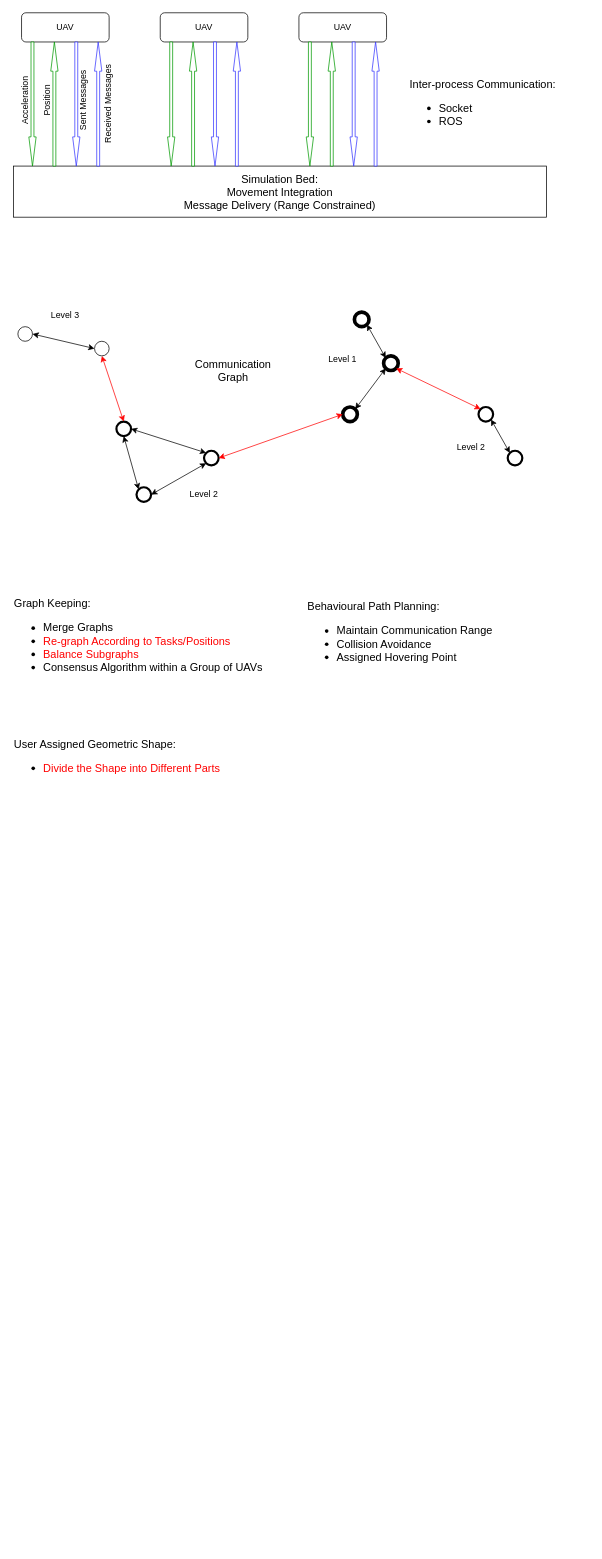
NGC0001/AutoSwarm keeps this draw.io diagram as InitialDesign.drawio. Above is the earlier version. Source tidied: cells renumbered, new cells numbered last; positions are measured from the earlier drawing's top-left corner, leaving out a move shared by most shapes. Both pictures are drawn from the tidied source at 73%, with x=0, y=0 at pixel (-1, 12).
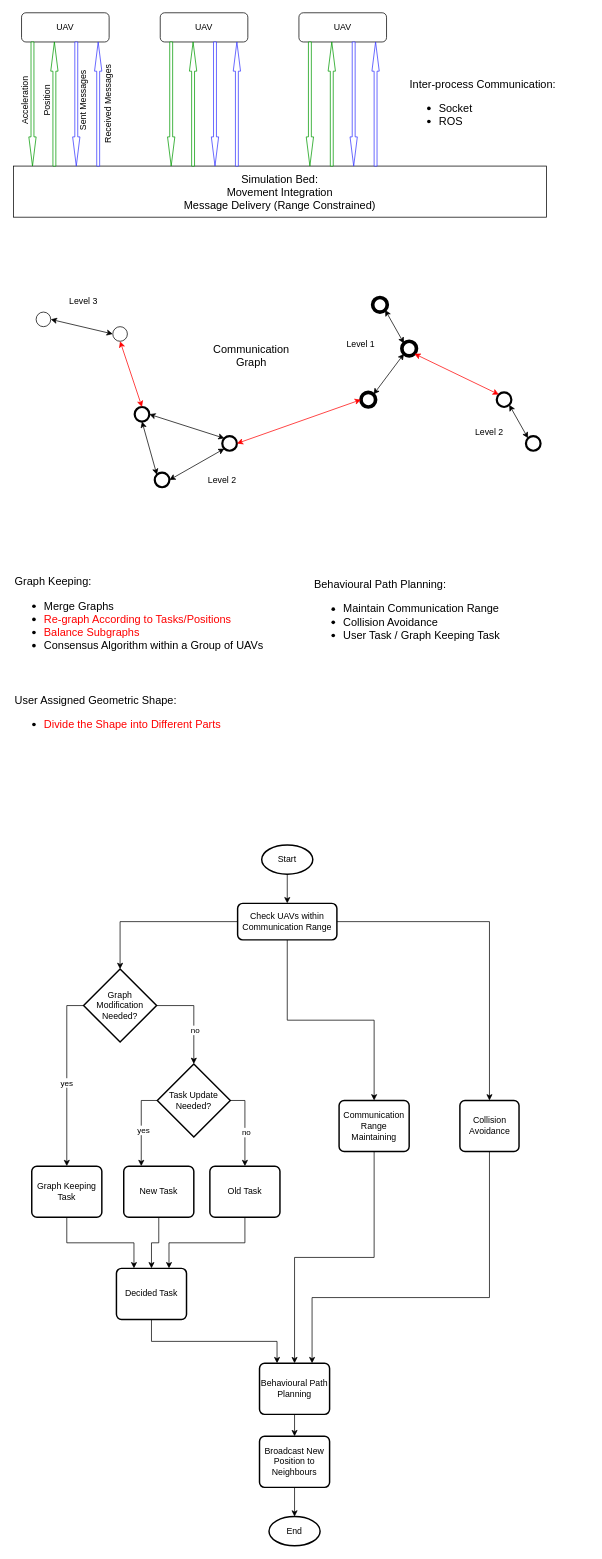
The same diagram, later.

Commit message (it also covers changes not shown here):
update todo and diagram

Change to the diagram source:
```diff
@@
     <mxCell id="23" style="ellipse;whiteSpace=wrap;html=1;strokeWidth=5;" parent="1" vertex="1">
-      <mxGeometry x="486" y="410" width="20" height="20" as="geometry" />
+      <mxGeometry x="511" y="390" width="20" height="20" as="geometry" />
     </mxCell>
     <mxCell id="24" style="ellipse;whiteSpace=wrap;html=1;strokeWidth=3;" parent="1" vertex="1">
-      <mxGeometry x="280" y="600" width="20" height="20" as="geometry" />
+      <mxGeometry x="305" y="580" width="20" height="20" as="geometry" />
     </mxCell>
     <mxCell id="25" style="ellipse;whiteSpace=wrap;html=1;strokeWidth=3;" parent="1" vertex="1">
-      <mxGeometry x="187.5" y="650" width="20" height="20" as="geometry" />
+      <mxGeometry x="212.5" y="630" width="20" height="20" as="geometry" />
     </mxCell>
     <mxCell id="26" style="ellipse;whiteSpace=wrap;html=1;strokeWidth=5;" parent="1" vertex="1">
-      <mxGeometry x="526" y="470" width="20" height="20" as="geometry" />
+      <mxGeometry x="551" y="450" width="20" height="20" as="geometry" />
     </mxCell>
     <mxCell id="27" style="ellipse;whiteSpace=wrap;html=1;strokeWidth=5;" parent="1" vertex="1">
-      <mxGeometry x="470" y="540" width="20" height="20" as="geometry" />
+      <mxGeometry x="495" y="520" width="20" height="20" as="geometry" />
     </mxCell>
     <mxCell id="28" style="ellipse;whiteSpace=wrap;html=1;strokeWidth=3;" parent="1" vertex="1">
-      <mxGeometry x="656" y="540" width="20" height="20" as="geometry" />
+      <mxGeometry x="681" y="520" width="20" height="20" as="geometry" />
     </mxCell>
     <mxCell id="29" style="ellipse;whiteSpace=wrap;html=1;strokeWidth=3;" parent="1" vertex="1">
-      <mxGeometry x="696" y="600" width="20" height="20" as="geometry" />
+      <mxGeometry x="721" y="580" width="20" height="20" as="geometry" />
     </mxCell>
     <mxCell id="30" style="ellipse;whiteSpace=wrap;html=1;" parent="1" vertex="1">
-      <mxGeometry x="25" y="430" width="20" height="20" as="geometry" />
+      <mxGeometry x="50" y="410" width="20" height="20" as="geometry" />
     </mxCell>
     <mxCell id="31" style="ellipse;whiteSpace=wrap;html=1;strokeWidth=3;" parent="1" vertex="1">
-      <mxGeometry x="160" y="560" width="20" height="20" as="geometry" />
+      <mxGeometry x="185" y="540" width="20" height="20" as="geometry" />
     </mxCell>
@@
     <mxCell id="35" style="ellipse;whiteSpace=wrap;html=1;" parent="1" vertex="1">
-      <mxGeometry x="130" y="450" width="20" height="20" as="geometry" />
+      <mxGeometry x="155" y="430" width="20" height="20" as="geometry" />
     </mxCell>
@@
     <mxCell id="43" value="Level 1" style="text;html=1;align=center;verticalAlign=middle;whiteSpace=wrap;rounded=0;" parent="1" vertex="1">
-      <mxGeometry x="440" y="460" width="60" height="30" as="geometry" />
+      <mxGeometry x="465" y="440" width="60" height="30" as="geometry" />
     </mxCell>
     <mxCell id="44" value="Level 2" style="text;html=1;align=center;verticalAlign=middle;whiteSpace=wrap;rounded=0;" parent="1" vertex="1">
-      <mxGeometry x="250" y="645" width="60" height="30" as="geometry" />
+      <mxGeometry x="275" y="625" width="60" height="30" as="geometry" />
     </mxCell>
     <mxCell id="45" value="Level 2" style="text;html=1;align=center;verticalAlign=middle;whiteSpace=wrap;rounded=0;" parent="1" vertex="1">
-      <mxGeometry x="616" y="580" width="60" height="30" as="geometry" />
+      <mxGeometry x="641" y="560" width="60" height="30" as="geometry" />
     </mxCell>
     <mxCell id="46" value="Level 3" style="text;html=1;align=center;verticalAlign=middle;whiteSpace=wrap;rounded=0;" parent="1" vertex="1">
-      <mxGeometry x="60" y="400" width="60" height="30" as="geometry" />
+      <mxGeometry x="85" y="380" width="60" height="30" as="geometry" />
     </mxCell>
     <mxCell id="47" value="Graph Keeping:&lt;div style=&quot;font-size: 15px;&quot;&gt;&lt;ul style=&quot;font-size: 15px;&quot;&gt;&lt;li style=&quot;font-size: 15px;&quot;&gt;Merge Graphs&lt;/li&gt;&lt;li style=&quot;font-size: 15px;&quot;&gt;&lt;font color=&quot;#ff0000&quot;&gt;Re-graph According to Tasks/Positions&lt;/font&gt;&lt;/li&gt;&lt;li style=&quot;font-size: 15px;&quot;&gt;&lt;font color=&quot;#ff0000&quot;&gt;Balance Subgraphs&lt;/font&gt;&lt;/li&gt;&lt;li style=&quot;font-size: 15px;&quot;&gt;Consensus Algorithm within a Group of UAVs&lt;br&gt;&lt;/li&gt;&lt;/ul&gt;&lt;/div&gt;" style="text;html=1;align=left;verticalAlign=middle;whiteSpace=wrap;rounded=0;fontSize=15;" parent="1" vertex="1">
-      <mxGeometry x="18" y="800" width="352" height="120" as="geometry" />
+      <mxGeometry x="19" y="770" width="352" height="120" as="geometry" />
     </mxCell>
-    <mxCell id="48" value="Behavioural Path Planning:&lt;div style=&quot;font-size: 15px;&quot;&gt;&lt;ul style=&quot;font-size: 15px;&quot;&gt;&lt;li style=&quot;font-size: 15px;&quot;&gt;Maintain Communication Range&lt;/li&gt;&lt;li style=&quot;font-size: 15px;&quot;&gt;Collision Avoidance&lt;br&gt;&lt;/li&gt;&lt;li style=&quot;font-size: 15px;&quot;&gt;Assigned Hovering Point&lt;/li&gt;&lt;/ul&gt;&lt;/div&gt;" style="text;html=1;align=left;verticalAlign=middle;whiteSpace=wrap;rounded=0;fontSize=15;" parent="1" vertex="1">
-      <mxGeometry x="420" y="800" width="379" height="110" as="geometry" />
+    <mxCell id="48" value="Behavioural Path Planning:&lt;div style=&quot;font-size: 15px;&quot;&gt;&lt;ul style=&quot;font-size: 15px;&quot;&gt;&lt;li style=&quot;font-size: 15px;&quot;&gt;Maintain Communication Range&lt;/li&gt;&lt;li style=&quot;font-size: 15px;&quot;&gt;Collision Avoidance&lt;br&gt;&lt;/li&gt;&lt;li style=&quot;font-size: 15px;&quot;&gt;User Task / Graph Keeping Task&lt;/li&gt;&lt;/ul&gt;&lt;/div&gt;" style="text;html=1;align=left;verticalAlign=middle;whiteSpace=wrap;rounded=0;fontSize=15;" parent="1" vertex="1">
+      <mxGeometry x="429" y="770" width="379" height="110" as="geometry" />
     </mxCell>
     <mxCell id="49" value="&lt;div style=&quot;font-size: 15px;&quot;&gt;&lt;span style=&quot;background-color: initial;&quot;&gt;User Assigned Geometric Shape:&lt;/span&gt;&lt;br&gt;&lt;ul style=&quot;font-size: 15px;&quot;&gt;&lt;li style=&quot;font-size: 15px;&quot;&gt;&lt;span style=&quot;color: rgb(255, 0, 0); background-color: initial;&quot;&gt;Divide the Shape into Different Parts&lt;/span&gt;&lt;br&gt;&lt;/li&gt;&lt;/ul&gt;&lt;/div&gt;" style="text;html=1;align=left;verticalAlign=middle;whiteSpace=wrap;rounded=0;fontSize=15;" parent="1" vertex="1">
-      <mxGeometry x="18" y="990" width="386" height="70" as="geometry" />
+      <mxGeometry x="19" y="930" width="332" height="70" as="geometry" />
     </mxCell>
     <mxCell id="50" value="Communication Graph" style="text;html=1;align=center;verticalAlign=middle;whiteSpace=wrap;rounded=0;fontSize=15;" parent="1" vertex="1">
-      <mxGeometry x="260" y="470" width="120" height="40" as="geometry" />
+      <mxGeometry x="285" y="450" width="120" height="40" as="geometry" />
     </mxCell>
+    <mxCell id="51" style="edgeStyle=orthogonalEdgeStyle;rounded=0;jettySize=auto;html=1;exitX=0.5;exitY=1;exitDx=0;exitDy=0;exitPerimeter=0;entryX=0.5;entryY=0;entryDx=0;entryDy=0;" parent="1" edge="1" source="52" target="55">
+      <mxGeometry relative="1" as="geometry" />
+    </mxCell>
+    <mxCell id="52" value="Start" style="strokeWidth=2;html=1;shape=mxgraph.flowchart.start_1;whiteSpace=wrap;" parent="1" vertex="1">
+      <mxGeometry x="359" y="1140" width="70" height="40" as="geometry" />
+    </mxCell>
+    <mxCell id="53" style="edgeStyle=orthogonalEdgeStyle;rounded=0;jettySize=auto;html=1;exitX=1;exitY=0.5;exitDx=0;exitDy=0;entryX=0.5;entryY=0;entryDx=0;entryDy=0;" parent="1" edge="1" source="55" target="62">
+      <mxGeometry relative="1" as="geometry" />
+    </mxCell>
+    <mxCell id="54" style="edgeStyle=orthogonalEdgeStyle;rounded=0;jettySize=auto;html=1;exitX=0.5;exitY=1;exitDx=0;exitDy=0;entryX=0.5;entryY=0;entryDx=0;entryDy=0;" parent="1" edge="1" source="55" target="64">
+      <mxGeometry relative="1" as="geometry" />
+    </mxCell>
+    <mxCell id="55" value="Check UAVs within Communication Range" style="rounded=1;whiteSpace=wrap;html=1;absoluteArcSize=1;arcSize=14;strokeWidth=2;" parent="1" vertex="1">
+      <mxGeometry x="326" y="1220" width="136" height="50" as="geometry" />
+    </mxCell>
+    <mxCell id="56" style="edgeStyle=orthogonalEdgeStyle;rounded=0;jettySize=auto;html=1;exitX=0;exitY=0.5;exitDx=0;exitDy=0;exitPerimeter=0;entryX=0.25;entryY=0;entryDx=0;entryDy=0;" parent="1" edge="1" source="60" target="73">
+      <mxGeometry relative="1" as="geometry" />
+    </mxCell>
+    <mxCell id="57" value="yes" style="edgeLabel;html=1;align=center;verticalAlign=middle;" parent="56" vertex="1">
+      <mxGeometry x="0.11" y="2" relative="1" as="geometry" />
+    </mxCell>
+    <mxCell id="58" style="edgeStyle=orthogonalEdgeStyle;rounded=0;jettySize=auto;html=1;exitX=1;exitY=0.5;exitDx=0;exitDy=0;exitPerimeter=0;entryX=0.5;entryY=0;entryDx=0;entryDy=0;" parent="1" edge="1" source="60" target="68">
+      <mxGeometry relative="1" as="geometry" />
+    </mxCell>
+    <mxCell id="59" value="no" style="edgeLabel;html=1;align=center;verticalAlign=middle;" parent="58" vertex="1">
+      <mxGeometry x="0.15" y="1" relative="1" as="geometry" />
+    </mxCell>
+    <mxCell id="60" value="Task Update Needed?" style="strokeWidth=2;html=1;shape=mxgraph.flowchart.decision;whiteSpace=wrap;" parent="1" vertex="1">
+      <mxGeometry x="216" y="1440" width="100" height="100" as="geometry" />
+    </mxCell>
+    <mxCell id="61" style="edgeStyle=orthogonalEdgeStyle;rounded=0;jettySize=auto;html=1;exitX=0.5;exitY=1;exitDx=0;exitDy=0;entryX=0.75;entryY=0;entryDx=0;entryDy=0;" parent="1" edge="1" source="62" target="80">
+      <mxGeometry relative="1" as="geometry">
+        <Array as="points">
+          <mxPoint x="671" y="1760" />
+          <mxPoint x="428" y="1760" />
+        </Array>
+      </mxGeometry>
+    </mxCell>
+    <mxCell id="62" value="Collision Avoidance" style="rounded=1;whiteSpace=wrap;html=1;absoluteArcSize=1;arcSize=14;strokeWidth=2;" parent="1" vertex="1">
+      <mxGeometry x="630.5" y="1490" width="81" height="70" as="geometry" />
+    </mxCell>
+    <mxCell id="63" style="edgeStyle=orthogonalEdgeStyle;rounded=0;jettySize=auto;html=1;exitX=0.5;exitY=1;exitDx=0;exitDy=0;entryX=0.5;entryY=0;entryDx=0;entryDy=0;" parent="1" edge="1" source="64" target="80">
+      <mxGeometry relative="1" as="geometry" />
+    </mxCell>
+    <mxCell id="64" value="Communication Range Maintaining" style="rounded=1;whiteSpace=wrap;html=1;absoluteArcSize=1;arcSize=14;strokeWidth=2;" parent="1" vertex="1">
+      <mxGeometry x="465" y="1490" width="96" height="70" as="geometry" />
+    </mxCell>
+    <mxCell id="65" style="edgeStyle=orthogonalEdgeStyle;rounded=0;jettySize=auto;html=1;exitX=0.5;exitY=1;exitDx=0;exitDy=0;entryX=0.25;entryY=0;entryDx=0;entryDy=0;" parent="1" edge="1" source="66" target="77">
+      <mxGeometry relative="1" as="geometry" />
+    </mxCell>
+    <mxCell id="66" value="Graph Keeping Task" style="rounded=1;whiteSpace=wrap;html=1;absoluteArcSize=1;arcSize=14;strokeWidth=2;" parent="1" vertex="1">
+      <mxGeometry x="44" y="1580" width="96" height="70" as="geometry" />
+    </mxCell>
+    <mxCell id="67" style="edgeStyle=orthogonalEdgeStyle;rounded=0;jettySize=auto;html=1;exitX=0.5;exitY=1;exitDx=0;exitDy=0;entryX=0.75;entryY=0;entryDx=0;entryDy=0;" parent="1" edge="1" source="68" target="77">
+      <mxGeometry relative="1" as="geometry" />
+    </mxCell>
+    <mxCell id="68" value="Old Task" style="rounded=1;whiteSpace=wrap;html=1;absoluteArcSize=1;arcSize=14;strokeWidth=2;" parent="1" vertex="1">
+      <mxGeometry x="288" y="1580" width="96" height="70" as="geometry" />
+    </mxCell>
+    <mxCell id="69" style="edgeStyle=orthogonalEdgeStyle;rounded=0;jettySize=auto;html=1;exitX=0;exitY=0.5;exitDx=0;exitDy=0;exitPerimeter=0;" parent="1" edge="1" source="71" target="66">
+      <mxGeometry relative="1" as="geometry" />
+    </mxCell>
+    <mxCell id="70" value="yes" style="edgeLabel;html=1;align=center;verticalAlign=middle;" parent="69" vertex="1">
+      <mxGeometry x="0.05" y="-1" relative="1" as="geometry" />
+    </mxCell>
+    <mxCell id="71" value="Graph Modification Needed?" style="strokeWidth=2;html=1;shape=mxgraph.flowchart.decision;whiteSpace=wrap;" parent="1" vertex="1">
+      <mxGeometry x="115" y="1310" width="100" height="100" as="geometry" />
+    </mxCell>
+    <mxCell id="72" style="edgeStyle=orthogonalEdgeStyle;rounded=0;jettySize=auto;html=1;exitX=0.5;exitY=1;exitDx=0;exitDy=0;entryX=0.5;entryY=0;entryDx=0;entryDy=0;" parent="1" edge="1" source="73" target="77">
+      <mxGeometry relative="1" as="geometry" />
+    </mxCell>
+    <mxCell id="73" value="New Task" style="rounded=1;whiteSpace=wrap;html=1;absoluteArcSize=1;arcSize=14;strokeWidth=2;" parent="1" vertex="1">
+      <mxGeometry x="170" y="1580" width="96" height="70" as="geometry" />
+    </mxCell>
+    <mxCell id="74" style="edgeStyle=orthogonalEdgeStyle;rounded=0;jettySize=auto;html=1;exitX=1;exitY=0.5;exitDx=0;exitDy=0;exitPerimeter=0;entryX=0.5;entryY=0;entryDx=0;entryDy=0;entryPerimeter=0;" parent="1" edge="1" source="71" target="60">
+      <mxGeometry relative="1" as="geometry" />
+    </mxCell>
+    <mxCell id="75" value="no" style="edgeLabel;html=1;align=center;verticalAlign=middle;" parent="74" vertex="1">
+      <mxGeometry x="0.28" y="1" relative="1" as="geometry" />
+    </mxCell>
+    <mxCell id="76" style="edgeStyle=orthogonalEdgeStyle;rounded=0;jettySize=auto;html=1;exitX=0.5;exitY=1;exitDx=0;exitDy=0;entryX=0.25;entryY=0;entryDx=0;entryDy=0;" parent="1" edge="1" source="77" target="80">
+      <mxGeometry relative="1" as="geometry" />
+    </mxCell>
+    <mxCell id="77" value="Decided Task" style="rounded=1;whiteSpace=wrap;html=1;absoluteArcSize=1;arcSize=14;strokeWidth=2;" parent="1" vertex="1">
+      <mxGeometry x="160" y="1720" width="96" height="70" as="geometry" />
+    </mxCell>
+    <mxCell id="78" style="edgeStyle=orthogonalEdgeStyle;rounded=0;jettySize=auto;html=1;exitX=0;exitY=0.5;exitDx=0;exitDy=0;entryX=0.5;entryY=0;entryDx=0;entryDy=0;entryPerimeter=0;" parent="1" edge="1" source="55" target="71">
+      <mxGeometry relative="1" as="geometry" />
+    </mxCell>
+    <mxCell id="79" style="edgeStyle=orthogonalEdgeStyle;rounded=0;jettySize=auto;html=1;exitX=0.5;exitY=1;exitDx=0;exitDy=0;entryX=0.5;entryY=0;entryDx=0;entryDy=0;" parent="1" edge="1" source="80" target="81">
+      <mxGeometry relative="1" as="geometry" />
+    </mxCell>
+    <mxCell id="80" value="Behavioural Path Planning" style="rounded=1;whiteSpace=wrap;html=1;absoluteArcSize=1;arcSize=14;strokeWidth=2;" parent="1" vertex="1">
+      <mxGeometry x="356" y="1850" width="96" height="70" as="geometry" />
+    </mxCell>
+    <mxCell id="81" value="Broadcast New Position to Neighbours" style="rounded=1;whiteSpace=wrap;html=1;absoluteArcSize=1;arcSize=14;strokeWidth=2;" parent="1" vertex="1">
+      <mxGeometry x="356" y="1950" width="96" height="70" as="geometry" />
+    </mxCell>
+    <mxCell id="82" value="End" style="strokeWidth=2;html=1;shape=mxgraph.flowchart.start_1;whiteSpace=wrap;" parent="1" vertex="1">
+      <mxGeometry x="369" y="2060" width="70" height="40" as="geometry" />
+    </mxCell>
+    <mxCell id="83" style="edgeStyle=orthogonalEdgeStyle;rounded=0;jettySize=auto;html=1;exitX=0.5;exitY=1;exitDx=0;exitDy=0;entryX=0.5;entryY=0;entryDx=0;entryDy=0;entryPerimeter=0;" parent="1" edge="1" source="81" target="82">
+      <mxGeometry relative="1" as="geometry" />
+    </mxCell>
```
